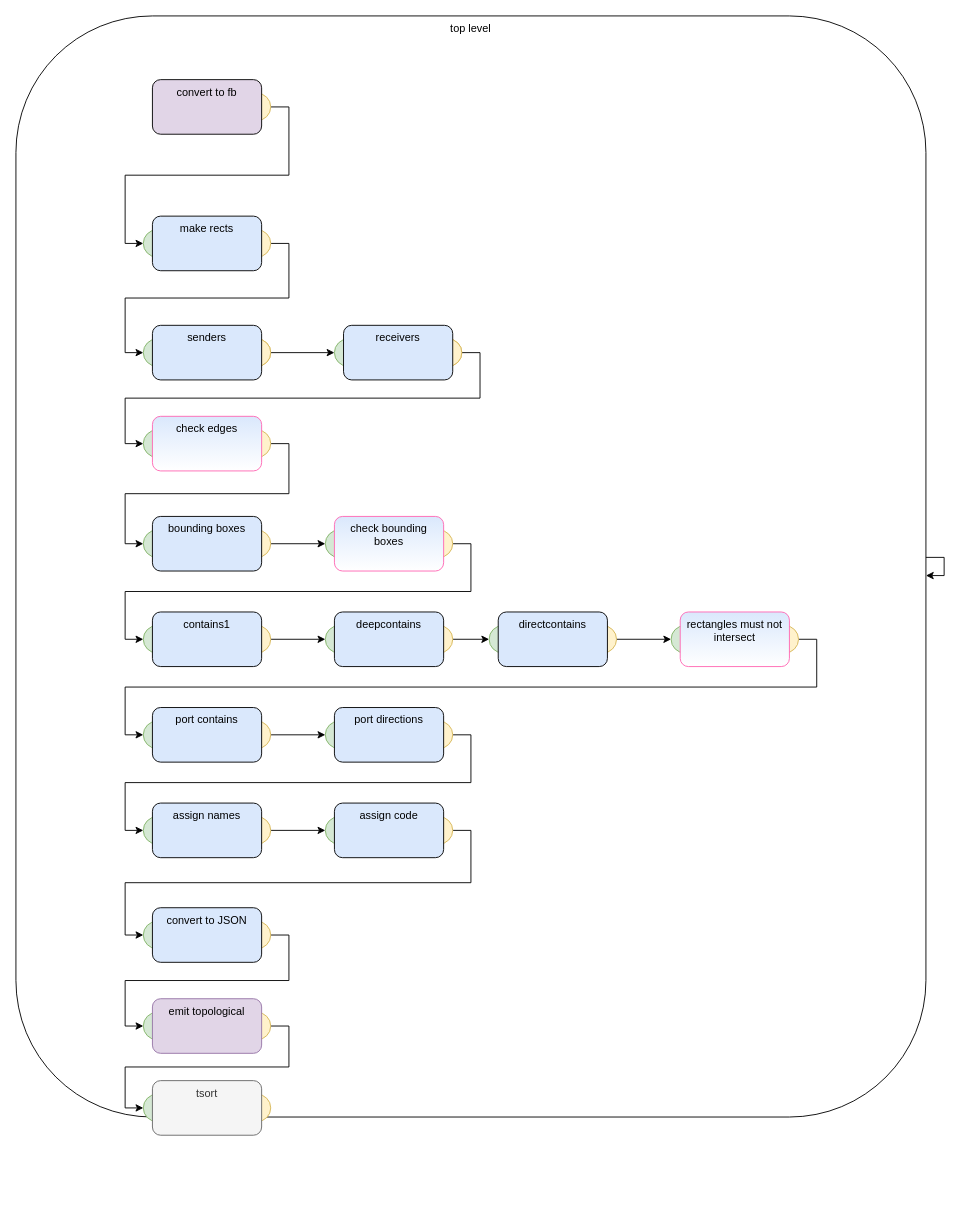
This is guitarvydas/sequence.drawio from guitarvydas/jam0001, a draw.io file, before an edit. Source tidied: cells renumbered, new cells numbered last; positions are measured from the earlier drawing's top-left corner, leaving out a move shared by most shapes. Both pictures are drawn from the tidied source at 91%, with x=0, y=0 at pixel (15, 15).
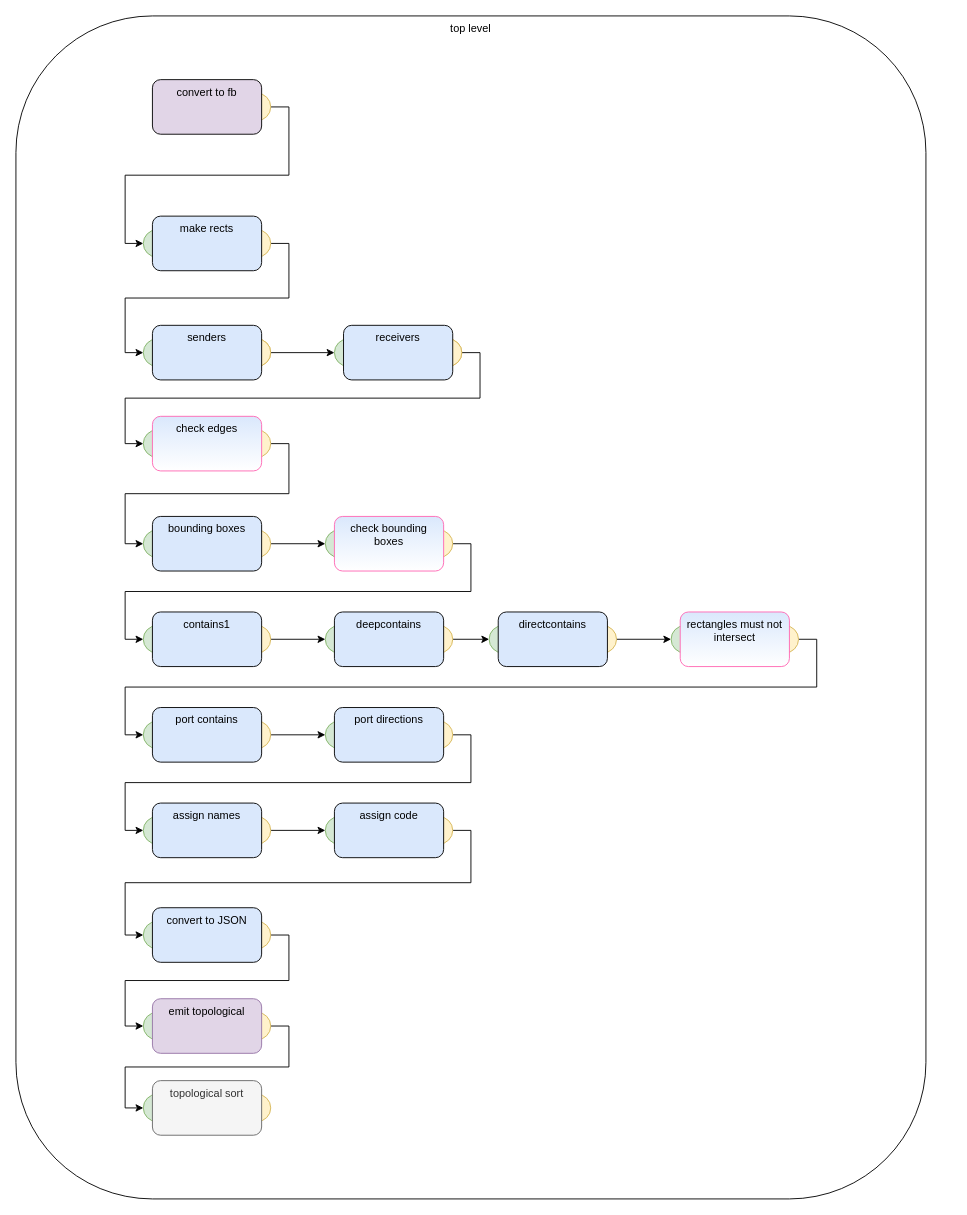
The same diagram, later.

What changed in the source:
```diff
@@
     <mxCell id="2" value="top level" style="rounded=1;whiteSpace=wrap;html=1;verticalAlign=top;" parent="1" vertex="1">
-      <mxGeometry width="1000" height="1210" as="geometry" />
+      <mxGeometry width="1000" height="1300" as="geometry" />
     </mxCell>
@@
-    <mxCell id="74" value="tsort" style="rounded=1;whiteSpace=wrap;html=1;fillColor=#f5f5f5;verticalAlign=top;strokeColor=#666666;fontColor=#333333;" parent="1" vertex="1">
+    <mxCell id="74" value="topological sort" style="rounded=1;whiteSpace=wrap;html=1;fillColor=#f5f5f5;verticalAlign=top;strokeColor=#666666;fontColor=#333333;" parent="1" vertex="1">
       <mxGeometry x="150" y="1170" width="120" height="60" as="geometry" />
     </mxCell>
-    <mxCell id="75" style="edgeStyle=orthogonalEdgeStyle;rounded=0;orthogonalLoop=1;jettySize=auto;html=1;" parent="1" edge="1" source="2" target="2">
-      <mxGeometry relative="1" as="geometry" />
-    </mxCell>
```
